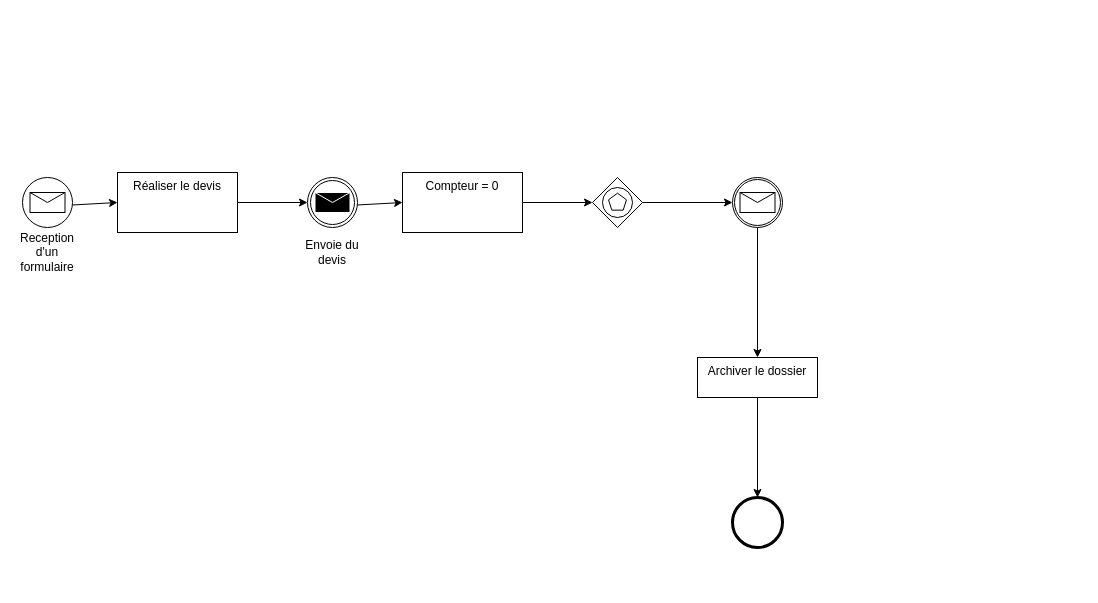
The draw.io diagram Annee2/S4/R4_D_10_management/modelisation_processus_metiers/BPMN_3/exercice3.dio in MaxMontouro/BUT_Info, before the edit. Source tidied: cells renumbered, new cells numbered last; positions are measured from the earlier drawing's top-left corner, leaving out a move shared by most shapes. Both pictures are drawn from the tidied source at 100%, with x=0, y=0 at pixel (17, 172).
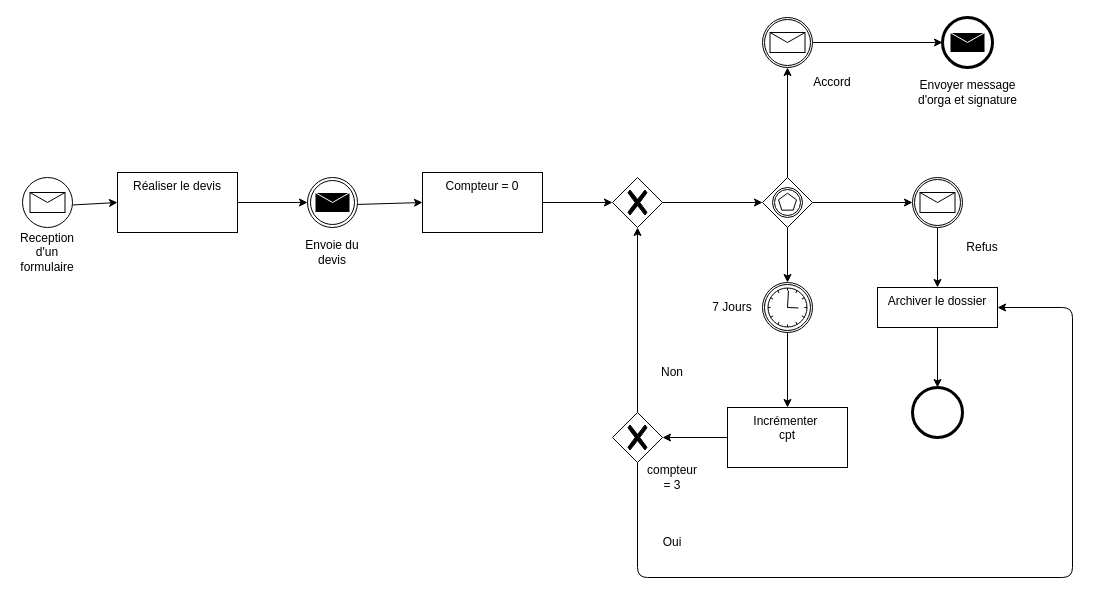
Above is the later version.

The edit, as a diff of the source:
```diff
@@
-    <mxCell id="10" style="edgeStyle=none;html=1;" parent="1" edge="1" source="11" target="15">
-      <mxGeometry relative="1" as="geometry" />
-    </mxCell>
-    <mxCell id="11" style="points=[[0.25,0.25,0],[0.5,0,0],[0.75,0.25,0],[1,0.5,0],[0.75,0.75,0],[0.5,1,0],[0.25,0.75,0],[0,0.5,0]];shape=mxgraph.bpmn.gateway2;html=1;verticalLabelPosition=bottom;labelBackgroundColor=#ffffff;verticalAlign=top;align=center;perimeter=rhombusPerimeter;outlineConnect=0;outline=standard;symbol=multiple;" parent="1" vertex="1">
-      <mxGeometry x="575" y="5" width="50" height="50" as="geometry" />
-    </mxCell>
-    <mxCell id="12" style="edgeStyle=none;html=1;" parent="1" edge="1" source="13" target="11">
-      <mxGeometry relative="1" as="geometry" />
-    </mxCell>
+    <mxCell id="19" style="edgeStyle=none;html=1;exitX=1;exitY=0.5;exitDx=0;exitDy=0;entryX=0;entryY=0.5;entryDx=0;entryDy=0;entryPerimeter=0;" parent="1" edge="1" source="13" target="21">
+      <mxGeometry relative="1" as="geometry" />
+    </mxCell>
     <mxCell id="13" value="Compteur = 0" style="whiteSpace=wrap;html=1;verticalAlign=top;labelBackgroundColor=#ffffff;" parent="1" vertex="1">
-      <mxGeometry x="385" width="120" height="60" as="geometry" />
+      <mxGeometry x="405" width="120" height="60" as="geometry" />
     </mxCell>
@@
     <mxCell id="15" style="points=[[0.145,0.145,0],[0.5,0,0],[0.855,0.145,0],[1,0.5,0],[0.855,0.855,0],[0.5,1,0],[0.145,0.855,0],[0,0.5,0]];shape=mxgraph.bpmn.event;html=1;verticalLabelPosition=bottom;labelBackgroundColor=#ffffff;verticalAlign=top;align=center;perimeter=ellipsePerimeter;outlineConnect=0;outline=catching;symbol=message;" parent="1" vertex="1">
-      <mxGeometry x="715" y="5" width="50" height="50" as="geometry" />
+      <mxGeometry x="895" y="5" width="50" height="50" as="geometry" />
     </mxCell>
@@
     <mxCell id="17" value="Archiver le dossier" style="whiteSpace=wrap;html=1;verticalAlign=top;labelBackgroundColor=#ffffff;" parent="1" vertex="1">
-      <mxGeometry x="680" y="185" width="120" height="40" as="geometry" />
+      <mxGeometry x="860" y="115" width="120" height="40" as="geometry" />
     </mxCell>
     <mxCell id="18" style="points=[[0.145,0.145,0],[0.5,0,0],[0.855,0.145,0],[1,0.5,0],[0.855,0.855,0],[0.5,1,0],[0.145,0.855,0],[0,0.5,0]];shape=mxgraph.bpmn.event;html=1;verticalLabelPosition=bottom;labelBackgroundColor=#ffffff;verticalAlign=top;align=center;perimeter=ellipsePerimeter;outlineConnect=0;outline=end;symbol=terminate2;" parent="1" vertex="1">
-      <mxGeometry x="715" y="325" width="50" height="50" as="geometry" />
+      <mxGeometry x="895" y="215" width="50" height="50" as="geometry" />
     </mxCell>
+    <mxCell id="20" style="edgeStyle=none;html=1;" parent="1" edge="1" source="21" target="42">
+      <mxGeometry relative="1" as="geometry" />
+    </mxCell>
+    <mxCell id="21" style="points=[[0.25,0.25,0],[0.5,0,0],[0.75,0.25,0],[1,0.5,0],[0.75,0.75,0],[0.5,1,0],[0.25,0.75,0],[0,0.5,0]];shape=mxgraph.bpmn.gateway2;html=1;verticalLabelPosition=bottom;labelBackgroundColor=#ffffff;verticalAlign=top;align=center;perimeter=rhombusPerimeter;outlineConnect=0;outline=none;symbol=none;gwType=exclusive;" parent="1" vertex="1">
+      <mxGeometry x="595" y="5" width="50" height="50" as="geometry" />
+    </mxCell>
+    <mxCell id="22" value="Refus" style="text;html=1;strokeColor=none;fillColor=none;align=center;verticalAlign=middle;whiteSpace=wrap;rounded=0;" parent="1" vertex="1">
+      <mxGeometry x="935" y="60" width="60" height="30" as="geometry" />
+    </mxCell>
+    <mxCell id="23" style="edgeStyle=none;html=1;" parent="1" edge="1" source="24" target="26">
+      <mxGeometry relative="1" as="geometry" />
+    </mxCell>
+    <mxCell id="24" style="points=[[0.145,0.145,0],[0.5,0,0],[0.855,0.145,0],[1,0.5,0],[0.855,0.855,0],[0.5,1,0],[0.145,0.855,0],[0,0.5,0]];shape=mxgraph.bpmn.event;html=1;verticalLabelPosition=bottom;labelBackgroundColor=#ffffff;verticalAlign=top;align=center;perimeter=ellipsePerimeter;outlineConnect=0;outline=catching;symbol=message;" parent="1" vertex="1">
+      <mxGeometry x="745" y="-155" width="50" height="50" as="geometry" />
+    </mxCell>
+    <mxCell id="25" value="Accord" style="text;html=1;strokeColor=none;fillColor=none;align=center;verticalAlign=middle;whiteSpace=wrap;rounded=0;" parent="1" vertex="1">
+      <mxGeometry x="785" y="-105" width="60" height="30" as="geometry" />
+    </mxCell>
+    <mxCell id="26" style="points=[[0.145,0.145,0],[0.5,0,0],[0.855,0.145,0],[1,0.5,0],[0.855,0.855,0],[0.5,1,0],[0.145,0.855,0],[0,0.5,0]];shape=mxgraph.bpmn.event;html=1;verticalLabelPosition=bottom;labelBackgroundColor=#ffffff;verticalAlign=top;align=center;perimeter=ellipsePerimeter;outlineConnect=0;outline=end;symbol=message;" parent="1" vertex="1">
+      <mxGeometry x="925" y="-155" width="50" height="50" as="geometry" />
+    </mxCell>
+    <mxCell id="27" value="Envoyer message d'orga et signature" style="text;html=1;strokeColor=none;fillColor=none;align=center;verticalAlign=middle;whiteSpace=wrap;rounded=0;" parent="1" vertex="1">
+      <mxGeometry x="897.5" y="-95" width="105" height="30" as="geometry" />
+    </mxCell>
+    <mxCell id="28" style="edgeStyle=none;html=1;" parent="1" edge="1" source="29" target="32">
+      <mxGeometry relative="1" as="geometry" />
+    </mxCell>
+    <mxCell id="29" style="points=[[0.145,0.145,0],[0.5,0,0],[0.855,0.145,0],[1,0.5,0],[0.855,0.855,0],[0.5,1,0],[0.145,0.855,0],[0,0.5,0]];shape=mxgraph.bpmn.event;html=1;verticalLabelPosition=bottom;labelBackgroundColor=#ffffff;verticalAlign=top;align=center;perimeter=ellipsePerimeter;outlineConnect=0;outline=catching;symbol=timer;" parent="1" vertex="1">
+      <mxGeometry x="745" y="110" width="50" height="50" as="geometry" />
+    </mxCell>
+    <mxCell id="30" value="7 Jours" style="text;html=1;strokeColor=none;fillColor=none;align=center;verticalAlign=middle;whiteSpace=wrap;rounded=0;" parent="1" vertex="1">
+      <mxGeometry x="685" y="120" width="60" height="30" as="geometry" />
+    </mxCell>
+    <mxCell id="31" style="edgeStyle=none;html=1;" parent="1" edge="1" source="32" target="35">
+      <mxGeometry relative="1" as="geometry" />
+    </mxCell>
+    <mxCell id="32" value="Incrémenter&amp;nbsp;&lt;br&gt;cpt" style="whiteSpace=wrap;html=1;verticalAlign=top;labelBackgroundColor=#ffffff;" parent="1" vertex="1">
+      <mxGeometry x="710" y="235" width="120" height="60" as="geometry" />
+    </mxCell>
+    <mxCell id="33" style="edgeStyle=none;html=1;" parent="1" edge="1" source="35" target="21">
+      <mxGeometry relative="1" as="geometry" />
+    </mxCell>
+    <mxCell id="34" style="edgeStyle=none;html=1;" parent="1" edge="1" source="35" target="17">
+      <mxGeometry relative="1" as="geometry">
+        <Array as="points">
+          <mxPoint x="620" y="405" />
+          <mxPoint x="1055" y="405" />
+          <mxPoint x="1055" y="135" />
+        </Array>
+      </mxGeometry>
+    </mxCell>
+    <mxCell id="35" style="points=[[0.25,0.25,0],[0.5,0,0],[0.75,0.25,0],[1,0.5,0],[0.75,0.75,0],[0.5,1,0],[0.25,0.75,0],[0,0.5,0]];shape=mxgraph.bpmn.gateway2;html=1;verticalLabelPosition=bottom;labelBackgroundColor=#ffffff;verticalAlign=top;align=center;perimeter=rhombusPerimeter;outlineConnect=0;outline=none;symbol=none;gwType=exclusive;" parent="1" vertex="1">
+      <mxGeometry x="595" y="240" width="50" height="50" as="geometry" />
+    </mxCell>
+    <mxCell id="36" value="compteur = 3" style="text;html=1;strokeColor=none;fillColor=none;align=center;verticalAlign=middle;whiteSpace=wrap;rounded=0;" parent="1" vertex="1">
+      <mxGeometry x="625" y="290" width="60" height="30" as="geometry" />
+    </mxCell>
+    <mxCell id="37" value="Oui" style="text;html=1;strokeColor=none;fillColor=none;align=center;verticalAlign=middle;whiteSpace=wrap;rounded=0;" parent="1" vertex="1">
+      <mxGeometry x="625" y="355" width="60" height="30" as="geometry" />
+    </mxCell>
+    <mxCell id="38" value="Non" style="text;html=1;strokeColor=none;fillColor=none;align=center;verticalAlign=middle;whiteSpace=wrap;rounded=0;" parent="1" vertex="1">
+      <mxGeometry x="625" y="185" width="60" height="30" as="geometry" />
+    </mxCell>
+    <mxCell id="39" style="edgeStyle=none;html=1;entryX=0.5;entryY=1;entryDx=0;entryDy=0;entryPerimeter=0;" parent="1" edge="1" source="42" target="24">
+      <mxGeometry relative="1" as="geometry" />
+    </mxCell>
+    <mxCell id="40" style="edgeStyle=none;html=1;" parent="1" edge="1" source="42" target="15">
+      <mxGeometry relative="1" as="geometry" />
+    </mxCell>
+    <mxCell id="41" style="edgeStyle=none;html=1;" parent="1" edge="1" source="42" target="29">
+      <mxGeometry relative="1" as="geometry" />
+    </mxCell>
+    <mxCell id="42" style="points=[[0.25,0.25,0],[0.5,0,0],[0.75,0.25,0],[1,0.5,0],[0.75,0.75,0],[0.5,1,0],[0.25,0.75,0],[0,0.5,0]];shape=mxgraph.bpmn.gateway2;html=1;verticalLabelPosition=bottom;labelBackgroundColor=#ffffff;verticalAlign=top;align=center;perimeter=rhombusPerimeter;outlineConnect=0;outline=catching;symbol=multiple;" parent="1" vertex="1">
+      <mxGeometry x="745" y="5" width="50" height="50" as="geometry" />
+    </mxCell>
```
